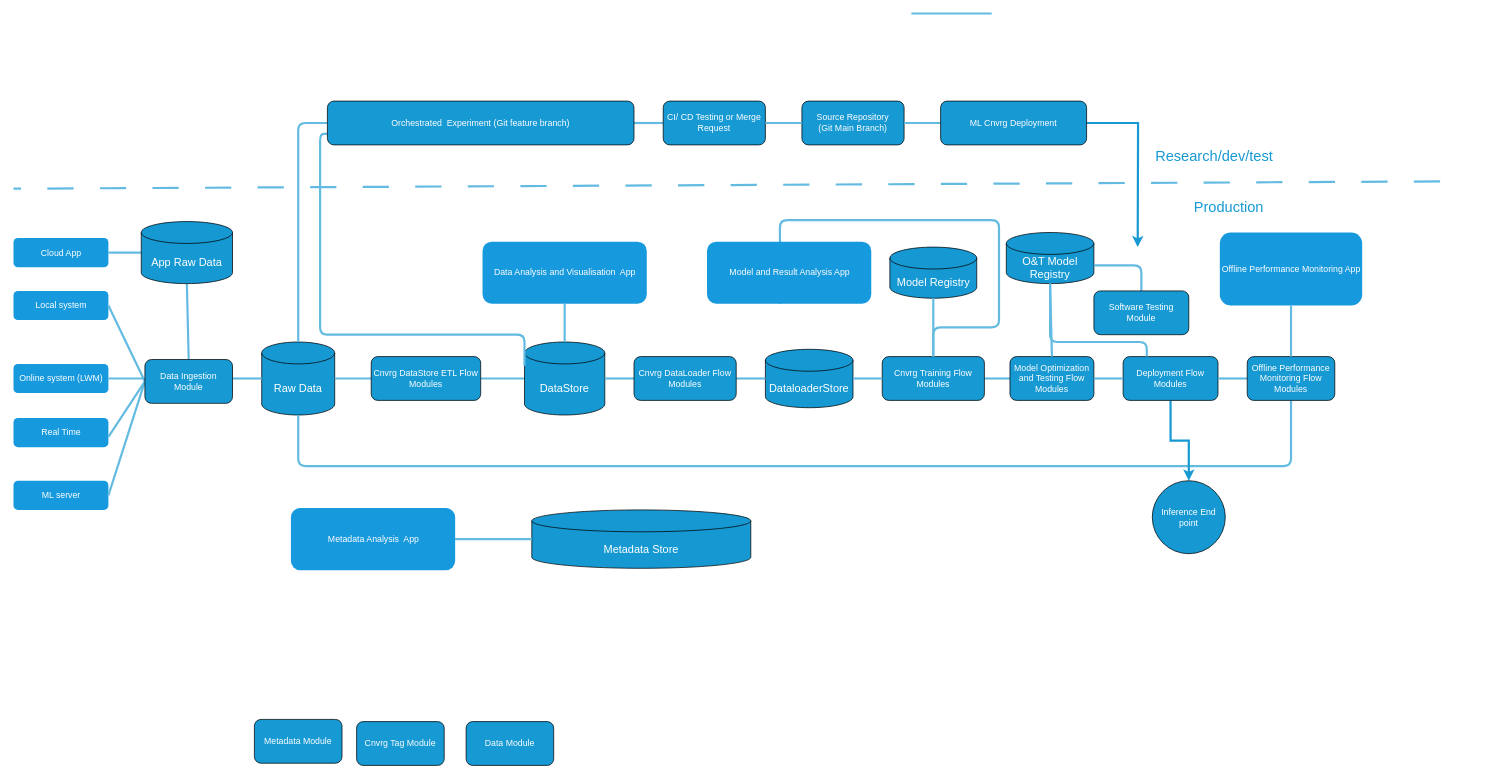
Above: Untitled Diagram.drawio in mj1156/Face_Detection-Machine-Learning (draw.io), before the change. Source tidied: cells renumbered, new cells numbered last; positions are measured from the earlier drawing's top-left corner, leaving out a move shared by most shapes. Both pictures are drawn from the tidied source at 73%, with x=0, y=0 at pixel (13, 13).
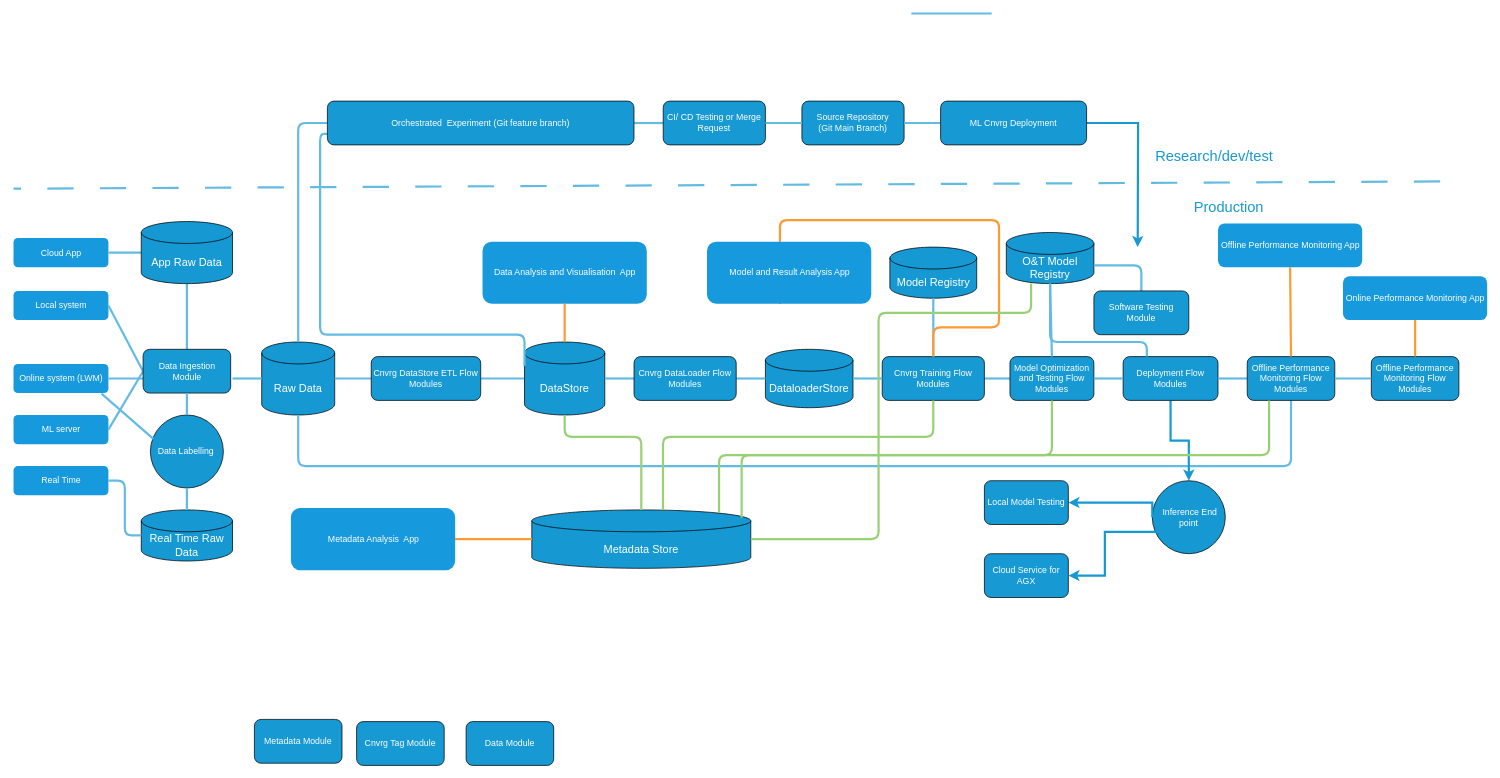
Above is the later version.

Unchanged cells that the change refers to:
```xml
<mxCell id="5" value="Online system (LWM)" style="rounded=1;fillColor=#1799dd;strokeColor=none;strokeWidth=3;shadow=0;html=1;fontColor=#FFFFFF;" parent="1" vertex="1">
  <mxGeometry y="480" width="130" height="40" as="geometry" />
</mxCell>
<mxCell id="18" value="&lt;font style=&quot;font-size: 15px;&quot; color=&quot;#ffffff&quot;&gt;DataStore&lt;/font&gt;" style="shape=cylinder3;whiteSpace=wrap;html=1;boundedLbl=1;backgroundOutline=1;size=15;fillColor=#1699d3;" parent="1" vertex="1">
  <mxGeometry x="700" y="450" width="110" height="100" as="geometry" />
</mxCell>
<mxCell id="19" value="&lt;font style=&quot;font-size: 15px;&quot; color=&quot;#ffffff&quot;&gt;Metadata Store&lt;/font&gt;" style="shape=cylinder3;whiteSpace=wrap;html=1;boundedLbl=1;backgroundOutline=1;size=15;fillColor=#1699d3;" parent="1" vertex="1">
  <mxGeometry x="710" y="680" width="300" height="80" as="geometry" />
</mxCell>
<mxCell id="33" value="&lt;font color=&quot;#ffffff&quot;&gt;Cnvrg Training Flow Modules&lt;/font&gt;" style="rounded=1;whiteSpace=wrap;html=1;fillColor=#1799d3;" parent="1" vertex="1">
  <mxGeometry x="1190" y="470" width="140" height="60" as="geometry" />
</mxCell>
<mxCell id="36" value="&lt;font color=&quot;#ffffff&quot;&gt;Model Optimization and Testing Flow Modules&lt;/font&gt;" style="rounded=1;whiteSpace=wrap;html=1;fillColor=#1799d3;" parent="1" vertex="1">
  <mxGeometry x="1365" y="470" width="115" height="60" as="geometry" />
</mxCell>
<mxCell id="40" value="&lt;font color=&quot;#ffffff&quot;&gt;&lt;span style=&quot;font-size: 15px;&quot;&gt;O&amp;amp;T Model Registry&lt;/span&gt;&lt;/font&gt;" style="shape=cylinder3;whiteSpace=wrap;html=1;boundedLbl=1;backgroundOutline=1;size=15;fillColor=#1699d3;" parent="1" vertex="1">
  <mxGeometry x="1360" y="300" width="120" height="70" as="geometry" />
</mxCell>
<mxCell id="44" value="&lt;font color=&quot;#ffffff&quot;&gt;Offline Performance Monitoring Flow Modules&lt;br&gt;&lt;/font&gt;" style="rounded=1;whiteSpace=wrap;html=1;fillColor=#1799d3;" parent="1" vertex="1">
  <mxGeometry x="1690" y="470" width="120" height="60" as="geometry" />
</mxCell>
<mxCell id="45" value="Data Analysis and Visualisation&amp;nbsp; App" style="rounded=1;fillColor=#1799dd;strokeColor=none;strokeWidth=3;shadow=0;html=1;fontColor=#FFFFFF;" parent="1" vertex="1">
  <mxGeometry x="642.5" y="312.5" width="225" height="85" as="geometry" />
</mxCell>
<mxCell id="48" value="Model and Result Analysis App" style="rounded=1;fillColor=#1799dd;strokeColor=none;strokeWidth=3;shadow=0;html=1;fontColor=#FFFFFF;" parent="1" vertex="1">
  <mxGeometry x="950" y="312.5" width="225" height="85" as="geometry" />
</mxCell>
<mxCell id="53" value="Metadata Analysis&amp;nbsp; App" style="rounded=1;fillColor=#1799dd;strokeColor=none;strokeWidth=3;shadow=0;html=1;fontColor=#FFFFFF;" parent="1" vertex="1">
  <mxGeometry x="380" y="677.5" width="225" height="85" as="geometry" />
</mxCell>
```

The edit, as a diff of the source:
```diff
@@
     <mxCell id="6" value="Real Time" style="rounded=1;fillColor=#1799dd;strokeColor=none;strokeWidth=3;shadow=0;html=1;fontColor=#FFFFFF;" parent="1" vertex="1">
-      <mxGeometry y="554" width="130" height="40" as="geometry" />
+      <mxGeometry y="620" width="130" height="40" as="geometry" />
     </mxCell>
     <mxCell id="7" value="ML server" style="rounded=1;fillColor=#1799dd;strokeColor=none;strokeWidth=3;shadow=0;html=1;fontColor=#FFFFFF;" parent="1" vertex="1">
-      <mxGeometry y="640" width="130" height="40" as="geometry" />
+      <mxGeometry y="550" width="130" height="40" as="geometry" />
     </mxCell>
@@
-    <mxCell id="15" style="endArrow=none;strokeWidth=3;strokeColor=#64BBE2;html=1;exitX=0;exitY=0.5;exitDx=0;exitDy=0;" parent="1" edge="1" source="21">
-      <mxGeometry x="-221.5" y="56.5" as="geometry">
-        <mxPoint x="130" y="580" as="targetPoint" />
-      </mxGeometry>
-    </mxCell>
@@
     <mxCell id="21" value="&lt;font color=&quot;#ffffff&quot;&gt;Data Ingestion Module&lt;/font&gt;" style="rounded=1;whiteSpace=wrap;html=1;fillColor=#1799d3;" parent="1" vertex="1">
-      <mxGeometry x="180" y="474" width="120" height="60" as="geometry" />
+      <mxGeometry x="177.5" y="460" width="120" height="60" as="geometry" />
     </mxCell>
@@
-    <mxCell id="41" style="edgeStyle=orthogonalEdgeStyle;endArrow=none;strokeWidth=3;strokeColor=#64BBE2;html=1;exitX=0.5;exitY=0;exitDx=0;exitDy=0;entryX=0.444;entryY=1.007;entryDx=0;entryDy=0;entryPerimeter=0;" parent="1" edge="1" source="33" target="48">
+    <mxCell id="41" style="edgeStyle=orthogonalEdgeStyle;endArrow=none;strokeWidth=3;strokeColor=#FF9933;html=1;exitX=0.5;exitY=0;exitDx=0;exitDy=0;entryX=0.444;entryY=1.007;entryDx=0;entryDy=0;entryPerimeter=0;" parent="1" edge="1" source="33" target="48">
       <mxGeometry x="-221.5" y="56.5" as="geometry">
         <Array as="points">
           <mxPoint x="1260" y="430" />
           <mxPoint x="1350" y="430" />
           <mxPoint x="1350" y="283" />
         </Array>
       </mxGeometry>
     </mxCell>
@@
-    <mxCell id="47" style="edgeStyle=none;endArrow=none;strokeWidth=3;strokeColor=#64BBE2;html=1;entryX=0.5;entryY=1;entryDx=0;entryDy=0;exitX=0.5;exitY=0;exitDx=0;exitDy=0;exitPerimeter=0;" parent="1" edge="1" source="18" target="45">
+    <mxCell id="47" style="edgeStyle=none;endArrow=none;strokeWidth=3;strokeColor=#FF9933;html=1;entryX=0.5;entryY=1;entryDx=0;entryDy=0;exitX=0.5;exitY=0;exitDx=0;exitDy=0;exitPerimeter=0;" parent="1" edge="1" source="18" target="45">
       <mxGeometry x="-221.5" y="56.5" as="geometry" />
     </mxCell>
@@
     <mxCell id="49" value="Offline Performance Monitoring App" style="rounded=1;fillColor=#1799dd;strokeColor=none;strokeWidth=3;shadow=0;html=1;fontColor=#FFFFFF;" parent="1" vertex="1">
-      <mxGeometry x="1652.5" y="300" width="195" height="100" as="geometry" />
+      <mxGeometry x="1650" y="287.5" width="197.5" height="60" as="geometry" />
     </mxCell>
@@
-    <mxCell id="51" style="edgeStyle=none;endArrow=none;strokeWidth=3;strokeColor=#64BBE2;html=1;entryX=1;entryY=0.5;entryDx=0;entryDy=0;exitX=0;exitY=0.5;exitDx=0;exitDy=0;exitPerimeter=0;" parent="1" edge="1" source="19" target="53">
+    <mxCell id="51" style="edgeStyle=none;endArrow=none;strokeWidth=3;strokeColor=#FF9933;html=1;entryX=1;entryY=0.5;entryDx=0;entryDy=0;exitX=0;exitY=0.5;exitDx=0;exitDy=0;exitPerimeter=0;" parent="1" edge="1" source="19" target="53">
       <mxGeometry x="-221.5" y="56.5" as="geometry" />
     </mxCell>
-    <mxCell id="52" style="edgeStyle=none;endArrow=none;strokeWidth=3;strokeColor=#64BBE2;html=1;entryX=0.5;entryY=1;entryDx=0;entryDy=0;exitX=0.5;exitY=0;exitDx=0;exitDy=0;" parent="1" edge="1" source="44" target="49">
+    <mxCell id="52" style="edgeStyle=none;endArrow=none;strokeWidth=3;strokeColor=#FF9933;html=1;entryX=0.5;entryY=1;entryDx=0;entryDy=0;exitX=0.5;exitY=0;exitDx=0;exitDy=0;" parent="1" edge="1" source="44" target="49">
       <mxGeometry x="-221.5" y="56.5" as="geometry" />
     </mxCell>
@@
-    <mxCell id="67" value="&lt;font color=&quot;#ffffff&quot;&gt;Inference End point&lt;/font&gt;" style="ellipse;whiteSpace=wrap;html=1;fillColor=#1699D3;" parent="1" vertex="1">
+    <mxCell id="67" value="&lt;font color=&quot;#ffffff&quot;&gt;&amp;nbsp;Inference End point&lt;/font&gt;" style="ellipse;whiteSpace=wrap;html=1;fillColor=#1699D3;" parent="1" vertex="1">
       <mxGeometry x="1560" y="640" width="100" height="100" as="geometry" />
     </mxCell>
@@
+    <mxCell id="69" style="edgeStyle=orthogonalEdgeStyle;endArrow=none;strokeWidth=3;strokeColor=#97D077;html=1;entryX=0.5;entryY=1;entryDx=0;entryDy=0;exitX=0.5;exitY=0;exitDx=0;exitDy=0;exitPerimeter=0;entryPerimeter=0;" parent="1" edge="1" source="19" target="18">
+      <mxGeometry x="-221.5" y="56.5" as="geometry">
+        <Array as="points">
+          <mxPoint x="860" y="580" />
+          <mxPoint x="755" y="580" />
+        </Array>
+      </mxGeometry>
+    </mxCell>
+    <mxCell id="70" style="edgeStyle=orthogonalEdgeStyle;endArrow=none;strokeWidth=3;strokeColor=#97D077;html=1;entryX=0.599;entryY=-0.005;entryDx=0;entryDy=0;entryPerimeter=0;" parent="1" edge="1" source="33" target="19">
+      <mxGeometry x="-221.5" y="56.5" as="geometry">
+        <Array as="points">
+          <mxPoint x="1260" y="580" />
+          <mxPoint x="890" y="580" />
+        </Array>
+      </mxGeometry>
+    </mxCell>
+    <mxCell id="71" style="edgeStyle=orthogonalEdgeStyle;endArrow=none;strokeWidth=3;strokeColor=#97D077;html=1;entryX=0.855;entryY=0;entryDx=0;entryDy=4.35;exitX=0.5;exitY=1;exitDx=0;exitDy=0;entryPerimeter=0;" parent="1" edge="1" source="36" target="19">
+      <mxGeometry x="-221.5" y="56.5" as="geometry" />
+    </mxCell>
+    <mxCell id="72" style="edgeStyle=orthogonalEdgeStyle;endArrow=none;strokeWidth=3;strokeColor=#97D077;html=1;entryX=0.958;entryY=0.128;entryDx=0;entryDy=0;exitX=0.25;exitY=1;exitDx=0;exitDy=0;entryPerimeter=0;" parent="1" edge="1" source="44" target="19">
+      <mxGeometry x="-221.5" y="56.5" as="geometry" />
+    </mxCell>
+    <mxCell id="73" style="edgeStyle=orthogonalEdgeStyle;endArrow=none;strokeWidth=3;strokeColor=#97D077;html=1;entryX=1;entryY=0.5;entryDx=0;entryDy=0;entryPerimeter=0;" parent="1" edge="1" source="40" target="19">
+      <mxGeometry x="-221.5" y="56.5" as="geometry">
+        <Array as="points">
+          <mxPoint x="1394" y="410" />
+          <mxPoint x="1185" y="410" />
+          <mxPoint x="1185" y="720" />
+        </Array>
+      </mxGeometry>
+    </mxCell>
+    <mxCell id="74" style="edgeStyle=orthogonalEdgeStyle;rounded=0;jettySize=auto;html=1;strokeColor=#1699D3;strokeWidth=3;exitX=0;exitY=0.5;exitDx=0;exitDy=0;entryX=1;entryY=0.5;entryDx=0;entryDy=0;" parent="1" edge="1" source="67" target="75">
+      <mxGeometry relative="1" as="geometry">
+        <Array as="points">
+          <mxPoint x="1560" y="670" />
+        </Array>
+      </mxGeometry>
+    </mxCell>
+    <mxCell id="75" value="&lt;font color=&quot;#ffffff&quot;&gt;Local Model Testing&lt;/font&gt;" style="rounded=1;whiteSpace=wrap;html=1;fillColor=#1799d3;" parent="1" vertex="1">
+      <mxGeometry x="1330" y="640" width="115" height="60" as="geometry" />
+    </mxCell>
+    <mxCell id="76" value="&lt;font color=&quot;#ffffff&quot;&gt;Cloud Service for AGX&lt;/font&gt;" style="rounded=1;whiteSpace=wrap;html=1;fillColor=#1799d3;" parent="1" vertex="1">
+      <mxGeometry x="1330" y="740" width="115" height="60" as="geometry" />
+    </mxCell>
+    <mxCell id="77" style="edgeStyle=orthogonalEdgeStyle;rounded=0;jettySize=auto;html=1;strokeColor=#1699D3;strokeWidth=3;exitX=0;exitY=0.5;exitDx=0;exitDy=0;" parent="1" edge="1" target="76">
+      <mxGeometry relative="1" as="geometry">
+        <mxPoint x="1609.9" y="720" as="sourcePoint" />
+        <Array as="points">
+          <mxPoint x="1610" y="710" />
+          <mxPoint x="1495" y="710" />
+          <mxPoint x="1495" y="770" />
+        </Array>
+      </mxGeometry>
+    </mxCell>
+    <mxCell id="78" value="&lt;font color=&quot;#ffffff&quot;&gt;Offline Performance Monitoring Flow Modules&lt;br&gt;&lt;/font&gt;" style="rounded=1;whiteSpace=wrap;html=1;fillColor=#1799d3;" parent="1" vertex="1">
+      <mxGeometry x="1860" y="470" width="120" height="60" as="geometry" />
+    </mxCell>
+    <mxCell id="79" value="Online Performance Monitoring App" style="rounded=1;fillColor=#1799dd;strokeColor=none;strokeWidth=3;shadow=0;html=1;fontColor=#FFFFFF;" parent="1" vertex="1">
+      <mxGeometry x="1821.2" y="360" width="197.5" height="60" as="geometry" />
+    </mxCell>
+    <mxCell id="80" style="edgeStyle=none;endArrow=none;strokeWidth=3;strokeColor=#FF9933;html=1;entryX=0.5;entryY=1;entryDx=0;entryDy=0;exitX=0.5;exitY=0;exitDx=0;exitDy=0;" parent="1" edge="1" source="78" target="79">
+      <mxGeometry x="-221.5" y="56.5" as="geometry" />
+    </mxCell>
+    <mxCell id="81" style="edgeStyle=none;endArrow=none;strokeWidth=3;strokeColor=#64BBE2;html=1;entryX=0;entryY=0.5;entryDx=0;entryDy=0;exitX=1;exitY=0.5;exitDx=0;exitDy=0;" parent="1" edge="1" source="44" target="78">
+      <mxGeometry x="-221.5" y="56.5" as="geometry" />
+    </mxCell>
+    <mxCell id="82" value="&lt;font color=&quot;#ffffff&quot;&gt;Data Labelling&amp;nbsp;&lt;/font&gt;" style="ellipse;whiteSpace=wrap;html=1;fillColor=#1699D3;" parent="1" vertex="1">
+      <mxGeometry x="187.5" y="550" width="100" height="100" as="geometry" />
+    </mxCell>
+    <mxCell id="83" style="edgeStyle=none;endArrow=none;strokeWidth=3;strokeColor=#64BBE2;html=1;entryX=0.041;entryY=0.328;entryDx=0;entryDy=0;exitX=0.927;exitY=1.017;exitDx=0;exitDy=0;exitPerimeter=0;entryPerimeter=0;" parent="1" edge="1" source="5" target="82">
+      <mxGeometry x="-221.5" y="56.5" as="geometry" />
+    </mxCell>
+    <mxCell id="84" style="edgeStyle=none;endArrow=none;strokeWidth=3;strokeColor=#64BBE2;html=1;exitX=0.5;exitY=1;exitDx=0;exitDy=0;" parent="1" edge="1" source="21" target="82">
+      <mxGeometry x="-221.5" y="56.5" as="geometry" />
+    </mxCell>
+    <mxCell id="85" value="&lt;font style=&quot;font-size: 15px;&quot; color=&quot;#ffffff&quot;&gt;Real Time Raw Data&lt;/font&gt;" style="shape=cylinder3;whiteSpace=wrap;html=1;boundedLbl=1;backgroundOutline=1;size=15;fillColor=#1699d3;" parent="1" vertex="1">
+      <mxGeometry x="175" y="680" width="125" height="70" as="geometry" />
+    </mxCell>
+    <mxCell id="86" style="edgeStyle=orthogonalEdgeStyle;endArrow=none;strokeWidth=3;strokeColor=#64BBE2;html=1;entryX=0;entryY=0.5;entryDx=0;entryDy=0;exitX=1;exitY=0.5;exitDx=0;exitDy=0;entryPerimeter=0;" parent="1" edge="1" source="6" target="85">
+      <mxGeometry x="-221.5" y="56.5" as="geometry" />
+    </mxCell>
+    <mxCell id="87" style="edgeStyle=none;endArrow=none;strokeWidth=3;strokeColor=#64BBE2;html=1;entryX=0.5;entryY=0;entryDx=0;entryDy=0;exitX=0.5;exitY=1;exitDx=0;exitDy=0;entryPerimeter=0;" parent="1" edge="1" source="82" target="85">
+      <mxGeometry x="-221.5" y="56.5" as="geometry" />
+    </mxCell>
```
